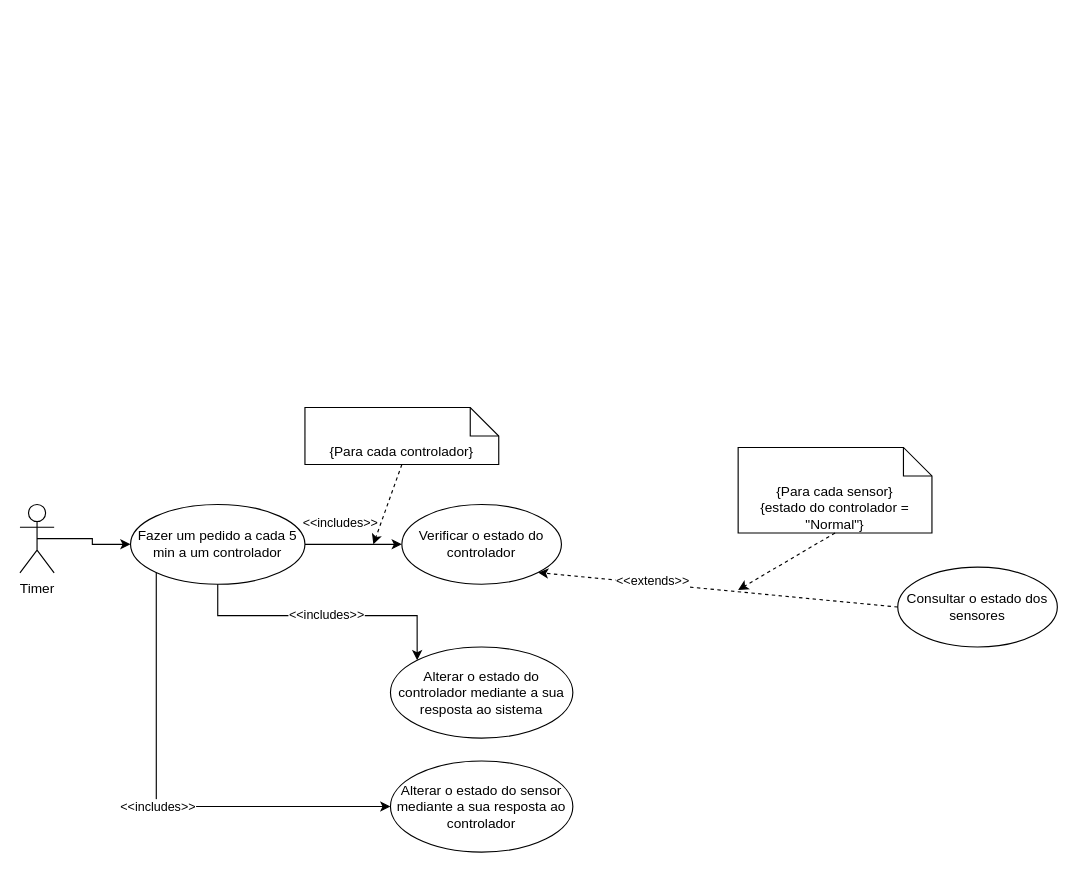
Before: page "Casos de Uso Estado dos sensores" (10 of 11) of Diagrama de Atividades_Trabalho_final.drawio in cunhaestgv/Colheitas, a draw.io diagram. Source tidied: cells renumbered, new cells numbered last; positions are measured from the earlier drawing's top-left corner, leaving out a move shared by most shapes. Both pictures are drawn from the tidied source at 114%, with x=0, y=0 at pixel (19, 407).
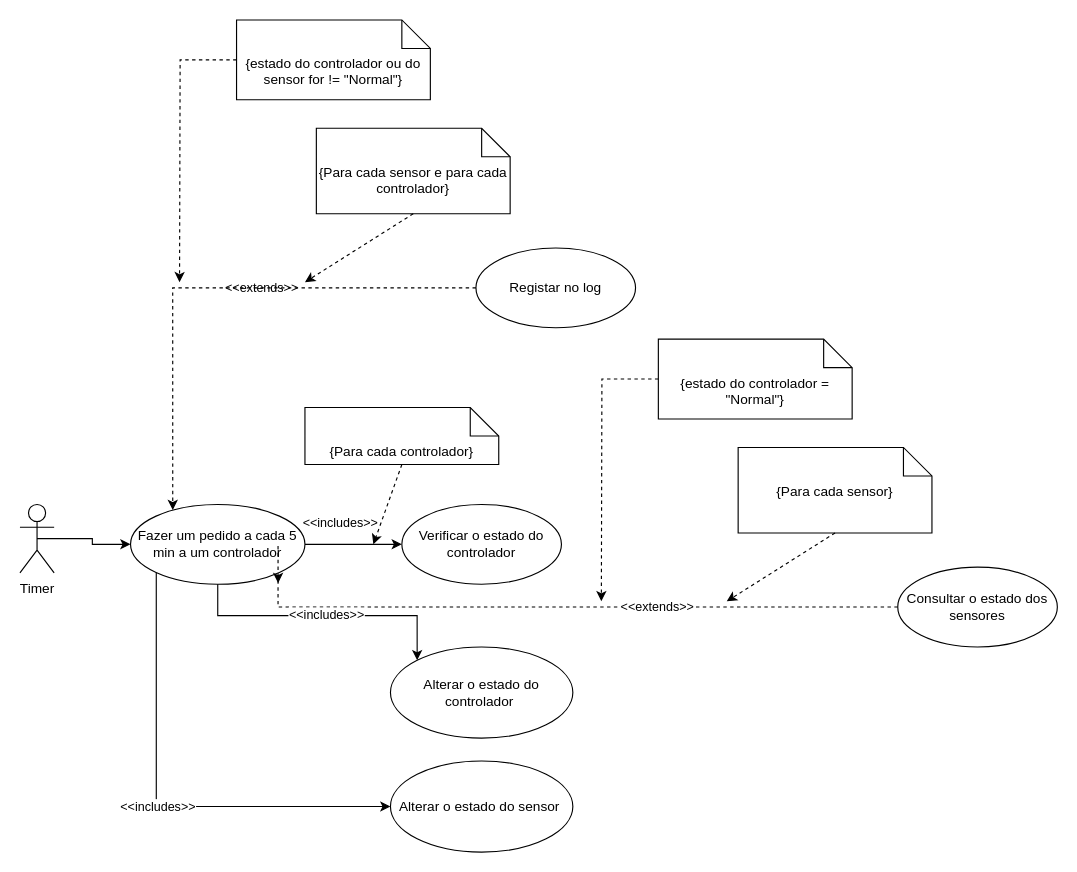
The same page after the edit.

The change refers to these unchanged cells:
```xml
<mxCell id="4" value="Fazer um pedido a cada 5 min a um controlador" style="ellipse;whiteSpace=wrap;html=1;" parent="1" vertex="1">
  <mxGeometry x="97" y="85" width="153" height="70" as="geometry" />
</mxCell>
<mxCell id="7" value="Verificar o estado do controlador" style="ellipse;whiteSpace=wrap;html=1;" parent="1" vertex="1">
  <mxGeometry x="335" y="85" width="140" height="70" as="geometry" />
</mxCell>
<mxCell id="8" value="Consultar o estado dos sensores" style="ellipse;whiteSpace=wrap;html=1;" parent="1" vertex="1">
  <mxGeometry x="770" y="140" width="140" height="70" as="geometry" />
</mxCell>
```

The edit, as a diff of the source:
```diff
@@
+    <mxCell id="21" style="edgeStyle=orthogonalEdgeStyle;rounded=0;jettySize=auto;html=1;entryX=0.846;entryY=0.986;entryDx=0;entryDy=0;entryPerimeter=0;dashed=1;" parent="1" edge="1" source="8" target="4">
+      <mxGeometry relative="1" as="geometry" />
+    </mxCell>
+    <mxCell id="22" value="&amp;lt;&amp;lt;extends&amp;gt;&amp;gt;" style="edgeLabel;html=1;align=center;verticalAlign=middle;" parent="21" vertex="1">
+      <mxGeometry x="-0.33" y="-1" relative="1" as="geometry" />
+    </mxCell>
@@
-    <mxCell id="10" value="{Para cada sensor}&lt;br&gt;{estado do controlador = &quot;Normal&quot;}" style="shape=note2;boundedLbl=1;whiteSpace=wrap;html=1;size=25;verticalAlign=top;align=center;" parent="1" vertex="1">
+    <mxCell id="10" value="{Para cada sensor}&lt;br&gt;" style="shape=note2;boundedLbl=1;whiteSpace=wrap;html=1;size=25;verticalAlign=top;align=center;" parent="1" vertex="1">
       <mxGeometry x="630" y="35" width="170" height="75" as="geometry" />
     </mxCell>
@@
     <mxCell id="12" style="endArrow=classic;html=1;dashed=1;exitX=0.5;exitY=1;exitDx=0;exitDy=0;exitPerimeter=0;" parent="1" edge="1" source="10">
       <mxGeometry relative="1" as="geometry">
-        <mxPoint x="630" y="160" as="targetPoint" />
+        <mxPoint x="620" y="170" as="targetPoint" />
       </mxGeometry>
     </mxCell>
-    <mxCell id="13" value="Alterar o estado do controlador mediante a sua resposta ao sistema" style="ellipse;whiteSpace=wrap;html=1;" parent="1" vertex="1">
+    <mxCell id="13" value="Alterar o estado do controlador&amp;nbsp;" style="ellipse;whiteSpace=wrap;html=1;" parent="1" vertex="1">
       <mxGeometry x="325" y="210" width="160" height="80" as="geometry" />
     </mxCell>
-    <mxCell id="14" value="Alterar o estado do sensor mediante a sua resposta ao controlador" style="ellipse;whiteSpace=wrap;html=1;" parent="1" vertex="1">
+    <mxCell id="14" value="Alterar o estado do sensor&amp;nbsp;" style="ellipse;whiteSpace=wrap;html=1;" parent="1" vertex="1">
       <mxGeometry x="325" y="310" width="160" height="80" as="geometry" />
     </mxCell>
@@
-    <mxCell id="19" style="endArrow=classic;html=1;dashed=1;exitX=0;exitY=0.5;exitDx=0;exitDy=0;entryX=1;entryY=1;entryDx=0;entryDy=0;" parent="1" edge="1" source="8" target="7">
-      <mxGeometry relative="1" as="geometry" />
-    </mxCell>
-    <mxCell id="20" value="&amp;lt;&amp;lt;extends&amp;gt;&amp;gt;" style="edgeLabel;html=1;align=center;verticalAlign=middle;" parent="19" vertex="1">
-      <mxGeometry x="0.37" y="-3" relative="1" as="geometry" />
-    </mxCell>
+    <mxCell id="23" style="edgeStyle=orthogonalEdgeStyle;rounded=0;jettySize=auto;html=1;dashed=1;" parent="1" edge="1" source="24">
+      <mxGeometry relative="1" as="geometry">
+        <mxPoint x="510" y="170" as="targetPoint" />
+      </mxGeometry>
+    </mxCell>
+    <mxCell id="24" value="{estado do controlador = &quot;Normal&quot;}" style="shape=note2;boundedLbl=1;whiteSpace=wrap;html=1;size=25;verticalAlign=top;align=center;" parent="1" vertex="1">
+      <mxGeometry x="560" y="-60" width="170" height="70" as="geometry" />
+    </mxCell>
+    <mxCell id="25" value="&amp;lt;&amp;lt;extends&amp;gt;&amp;gt;" style="edgeLabel;html=1;align=center;verticalAlign=middle;" parent="1" vertex="1">
+      <mxGeometry x="211" y="-106" as="geometry" />
+    </mxCell>
+    <mxCell id="26" style="edgeStyle=orthogonalEdgeStyle;rounded=0;jettySize=auto;html=1;entryX=0.242;entryY=0.071;entryDx=0;entryDy=0;entryPerimeter=0;dashed=1;" parent="1" edge="1" source="27" target="4">
+      <mxGeometry relative="1" as="geometry" />
+    </mxCell>
+    <mxCell id="27" value="Registar no log" style="ellipse;whiteSpace=wrap;html=1;" parent="1" vertex="1">
+      <mxGeometry x="400" y="-140" width="140" height="70" as="geometry" />
+    </mxCell>
+    <mxCell id="28" value="{Para cada sensor e para cada controlador}" style="shape=note2;boundedLbl=1;whiteSpace=wrap;html=1;size=25;verticalAlign=top;align=center;" parent="1" vertex="1">
+      <mxGeometry x="260" y="-245" width="170" height="75" as="geometry" />
+    </mxCell>
+    <mxCell id="29" style="endArrow=classic;html=1;dashed=1;exitX=0.5;exitY=1;exitDx=0;exitDy=0;exitPerimeter=0;" parent="1" edge="1" source="28">
+      <mxGeometry relative="1" as="geometry">
+        <mxPoint x="250" y="-110" as="targetPoint" />
+      </mxGeometry>
+    </mxCell>
+    <mxCell id="30" style="edgeStyle=orthogonalEdgeStyle;rounded=0;jettySize=auto;html=1;dashed=1;" parent="1" edge="1" source="31">
+      <mxGeometry relative="1" as="geometry">
+        <mxPoint x="140" y="-110" as="targetPoint" />
+      </mxGeometry>
+    </mxCell>
+    <mxCell id="31" value="{estado do controlador ou do sensor for != &quot;Normal&quot;}" style="shape=note2;boundedLbl=1;whiteSpace=wrap;html=1;size=25;verticalAlign=top;align=center;" parent="1" vertex="1">
+      <mxGeometry x="190" y="-340" width="170" height="70" as="geometry" />
+    </mxCell>
```
